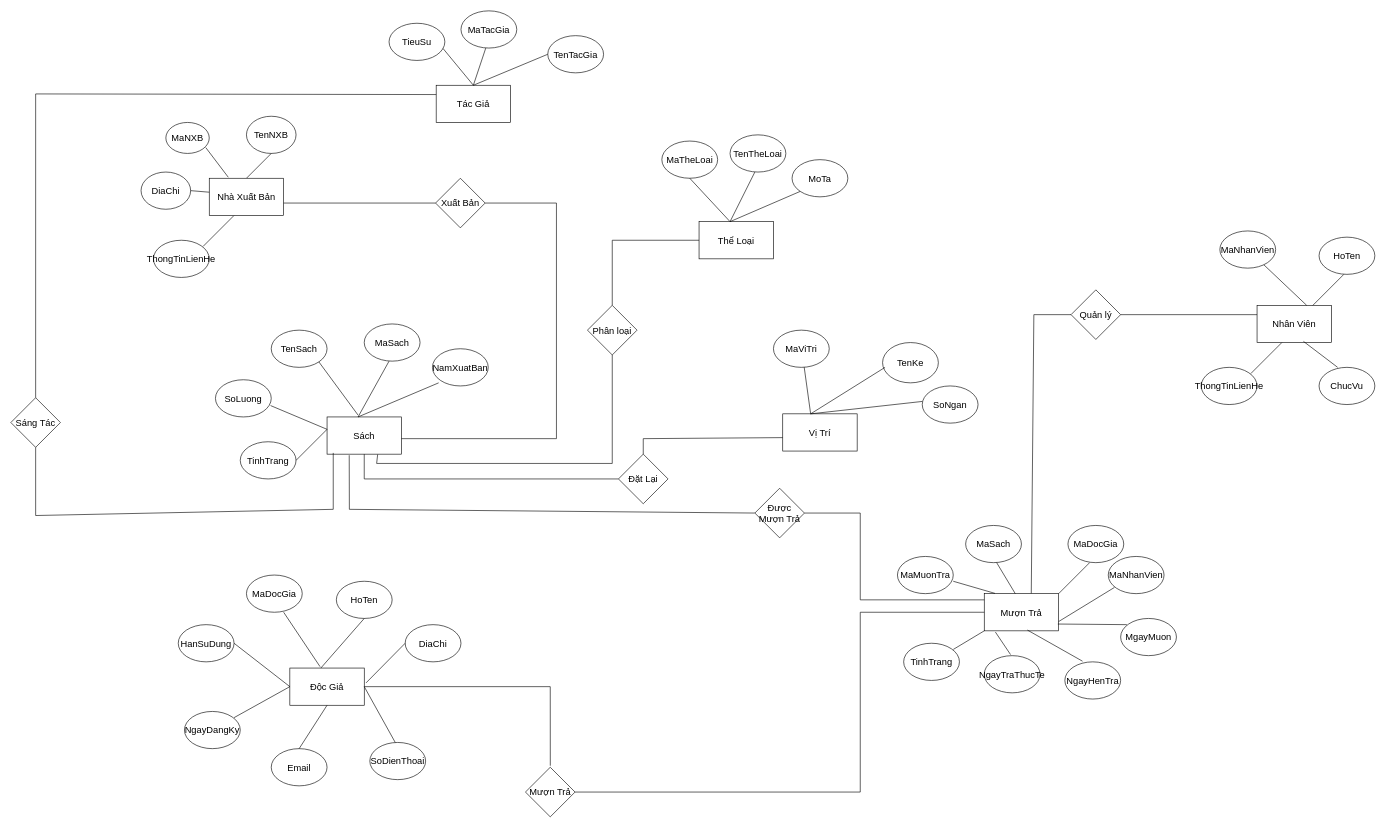
This is page "ERD" (4 of 4) of Biểu đồ không có tiêu đề.drawio from trunghai04/game-python, a draw.io file, before an edit. Source tidied: cells renumbered, new cells numbered last; positions are measured from the earlier drawing's top-left corner, leaving out a move shared by most shapes. Both pictures are drawn from the tidied source at 62%, with x=0, y=0 at pixel (11, 11).
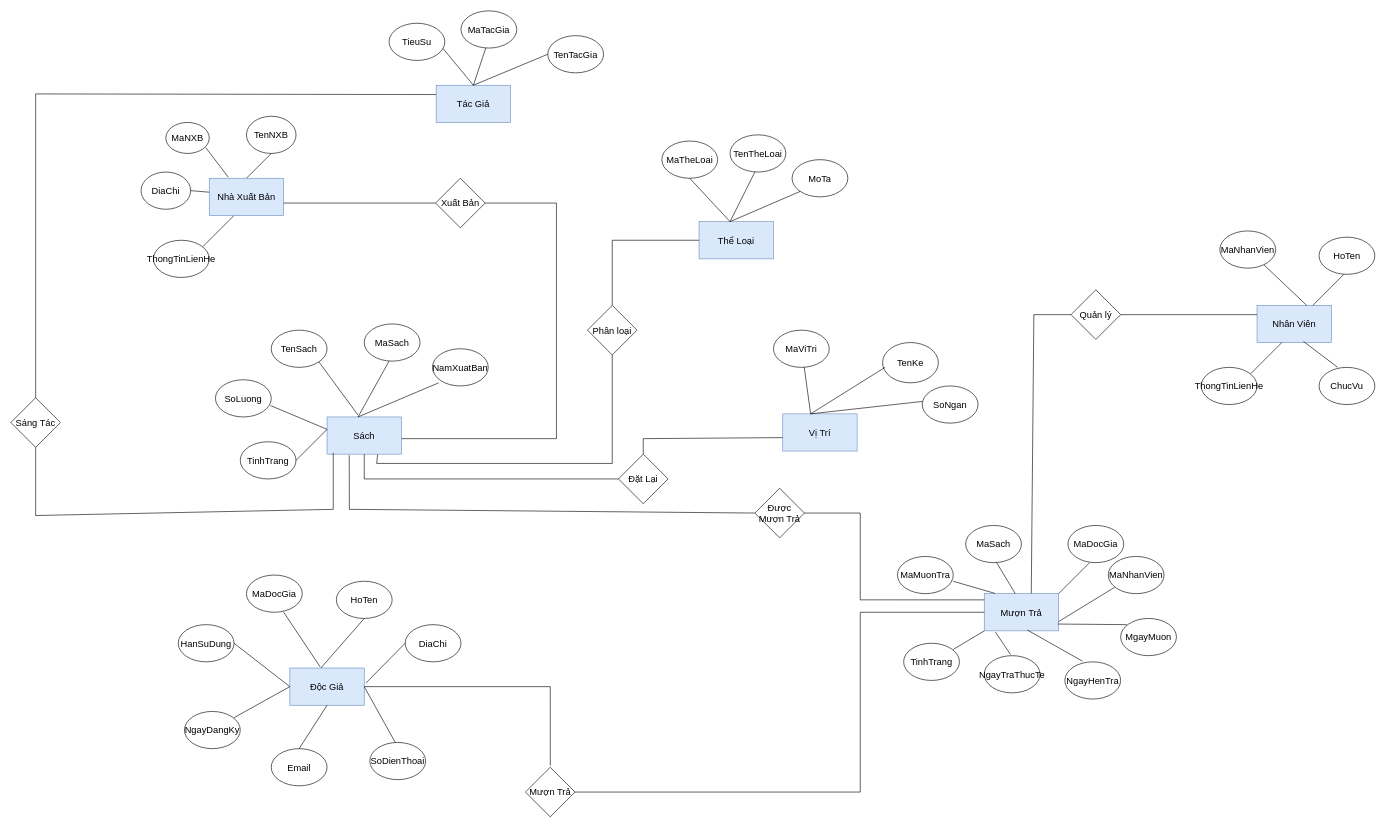
The same page after the edit.

Change to the diagram source:
```diff
@@
-    <mxCell id="10" value="Nhà Xuất Bản" style="rounded=0;whiteSpace=wrap;html=1;fontSize=15;" parent="1" vertex="1">
+    <mxCell id="10" value="Nhà Xuất Bản" style="rounded=0;whiteSpace=wrap;html=1;fontSize=15;fillColor=#dae8fc;strokeColor=#6c8ebf;" parent="1" vertex="1">
       <mxGeometry x="320" y="270" width="120" height="60" as="geometry" />
     </mxCell>
-    <mxCell id="11" value="Tác Giả" style="rounded=0;whiteSpace=wrap;html=1;fontSize=15;" parent="1" vertex="1">
+    <mxCell id="11" value="Tác Giả" style="rounded=0;whiteSpace=wrap;html=1;fontSize=15;fillColor=#dae8fc;strokeColor=#6c8ebf;" parent="1" vertex="1">
       <mxGeometry x="686" y="120" width="120" height="60" as="geometry" />
     </mxCell>
@@
-    <mxCell id="18" value="Thể Loại" style="rounded=0;whiteSpace=wrap;html=1;fontSize=15;" parent="1" vertex="1">
+    <mxCell id="18" value="Thể Loại" style="rounded=0;whiteSpace=wrap;html=1;fontSize=15;fillColor=#dae8fc;strokeColor=#6c8ebf;" parent="1" vertex="1">
       <mxGeometry x="1110" y="340" width="120" height="60" as="geometry" />
     </mxCell>
@@
-    <mxCell id="25" value="Sách" style="rounded=0;whiteSpace=wrap;html=1;fontSize=15;" parent="1" vertex="1">
+    <mxCell id="25" value="Sách" style="rounded=0;whiteSpace=wrap;html=1;fontSize=15;fillColor=#dae8fc;strokeColor=#6c8ebf;" parent="1" vertex="1">
       <mxGeometry x="510" y="655" width="120" height="60" as="geometry" />
     </mxCell>
@@
-    <mxCell id="36" value="Vị Trí" style="rounded=0;whiteSpace=wrap;html=1;fontSize=15;" parent="1" vertex="1">
+    <mxCell id="36" value="Vị Trí" style="rounded=0;whiteSpace=wrap;html=1;fontSize=15;fillColor=#dae8fc;strokeColor=#6c8ebf;" parent="1" vertex="1">
       <mxGeometry x="1245" y="650" width="120" height="60" as="geometry" />
     </mxCell>
@@
-    <mxCell id="43" value="Độc Giả" style="rounded=0;whiteSpace=wrap;html=1;fontSize=15;" parent="1" vertex="1">
+    <mxCell id="43" value="Độc Giả" style="rounded=0;whiteSpace=wrap;html=1;fontSize=15;fillColor=#dae8fc;strokeColor=#6c8ebf;" parent="1" vertex="1">
       <mxGeometry x="450" y="1060" width="120" height="60" as="geometry" />
     </mxCell>
@@
-    <mxCell id="58" value="Nhân Viên" style="rounded=0;whiteSpace=wrap;html=1;fontSize=15;" parent="1" vertex="1">
+    <mxCell id="58" value="Nhân Viên" style="rounded=0;whiteSpace=wrap;html=1;fontSize=15;fillColor=#dae8fc;strokeColor=#6c8ebf;" parent="1" vertex="1">
       <mxGeometry x="2010" y="475" width="120" height="60" as="geometry" />
     </mxCell>
@@
-    <mxCell id="67" value="Mượn Trả" style="rounded=0;whiteSpace=wrap;html=1;fontSize=15;" parent="1" vertex="1">
+    <mxCell id="67" value="Mượn Trả" style="rounded=0;whiteSpace=wrap;html=1;fontSize=15;fillColor=#dae8fc;strokeColor=#6c8ebf;" parent="1" vertex="1">
       <mxGeometry x="1570" y="940" width="120" height="60" as="geometry" />
     </mxCell>
```
